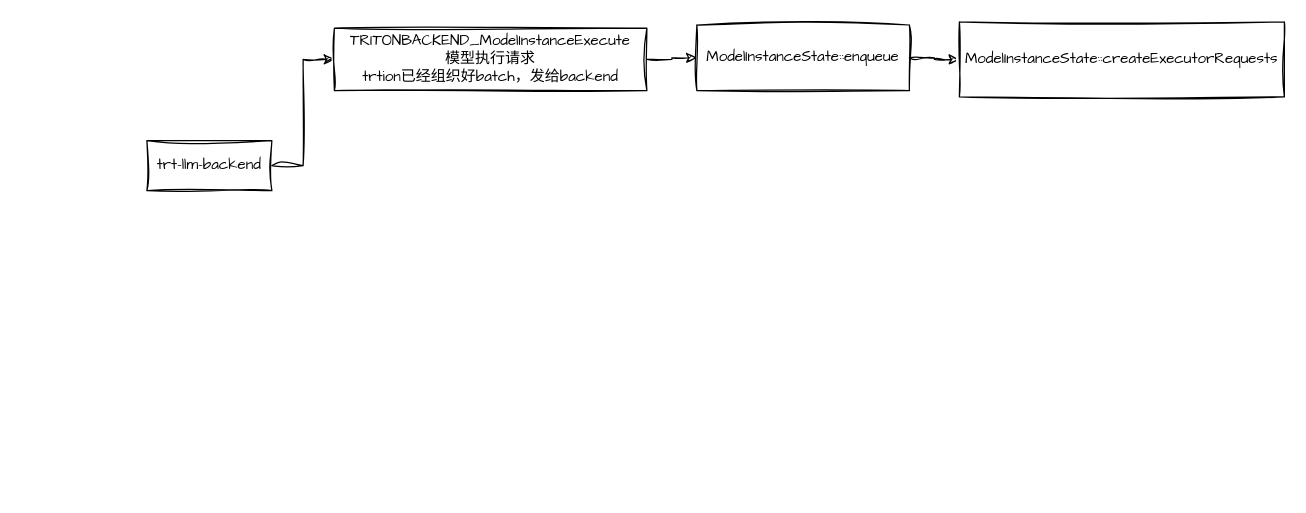
Above: trtion-trtllm.drawio in beijingqiuchang/drawio (draw.io), before the change. Source tidied: cells renumbered, new cells numbered last; positions are measured from the earlier drawing's top-left corner, leaving out a move shared by most shapes. Both pictures are drawn from the tidied source at 125%, with x=0, y=0 at pixel (146, 21).
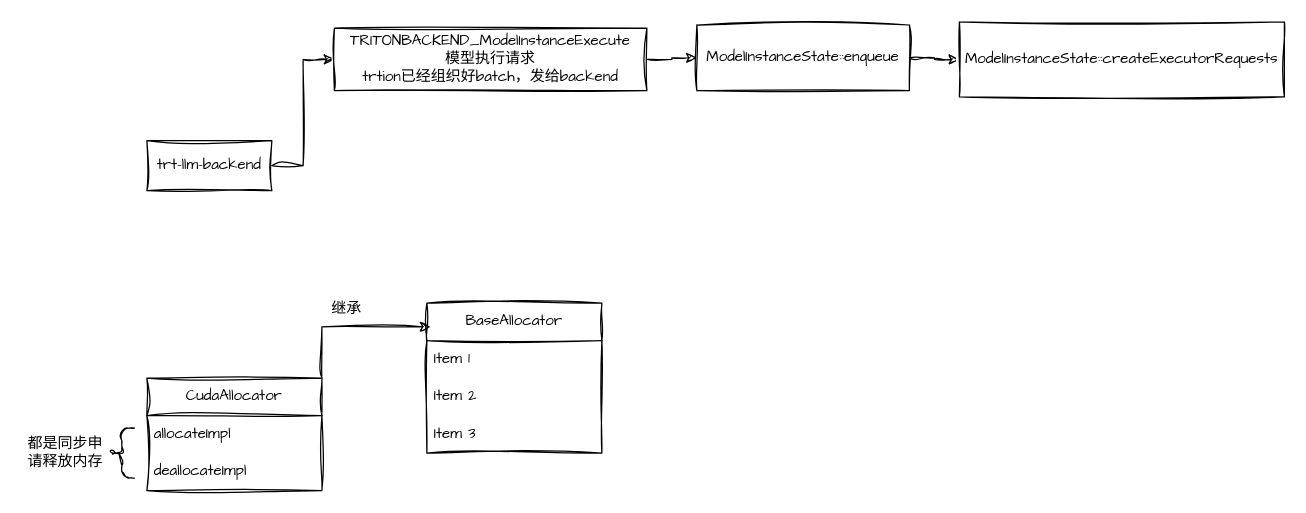
Above is the later version.

The edit, as a diff of the source:
```diff
@@
 <mxGraphModel>
   <root>
     <mxCell id="0" />
     <mxCell id="1" parent="0" />
     <mxCell id="2" style="edgeStyle=orthogonalEdgeStyle;rounded=0;sketch=1;hachureGap=4;jiggle=2;curveFitting=1;jettySize=auto;html=1;exitX=1;exitY=0.5;exitDx=0;exitDy=0;entryX=0;entryY=0.5;entryDx=0;entryDy=0;fontFamily=Architects Daughter;" parent="1" edge="1" source="3" target="5">
       <mxGeometry relative="1" as="geometry" />
     </mxCell>
     <mxCell id="3" value="trt-llm-backend" style="rounded=0;whiteSpace=wrap;html=1;sketch=1;hachureGap=4;jiggle=2;curveFitting=1;fontFamily=Architects Daughter;" parent="1" vertex="1">
       <mxGeometry y="95" width="100" height="40" as="geometry" />
     </mxCell>
     <mxCell id="4" style="edgeStyle=orthogonalEdgeStyle;rounded=0;sketch=1;hachureGap=4;jiggle=2;curveFitting=1;jettySize=auto;html=1;exitX=1;exitY=0.5;exitDx=0;exitDy=0;entryX=0;entryY=0.5;entryDx=0;entryDy=0;fontFamily=Architects Daughter;" parent="1" edge="1" source="5" target="7">
       <mxGeometry relative="1" as="geometry" />
     </mxCell>
     <mxCell id="5" value="&lt;div style=&quot;--en-codeblock:true;--en-meta:{&amp;quot;title&amp;quot;:&amp;quot;&amp;quot;,&amp;quot;lang&amp;quot;:&amp;quot;C++&amp;quot;,&amp;quot;theme&amp;quot;:&amp;quot;default&amp;quot;,&amp;quot;showLine&amp;quot;:true,&amp;quot;lineWrap&amp;quot;:false};--en-code:WyJUUklUT05CQUNLRU5EX01vZGVsSW5zdGFuY2VFeGVjdXRlIl0;&quot;&gt;TRITONBACKEND_ModelInstanceExecute&lt;/div&gt;&lt;div style=&quot;--en-codeblock:true;--en-meta:{&amp;quot;title&amp;quot;:&amp;quot;&amp;quot;,&amp;quot;lang&amp;quot;:&amp;quot;C++&amp;quot;,&amp;quot;theme&amp;quot;:&amp;quot;default&amp;quot;,&amp;quot;showLine&amp;quot;:true,&amp;quot;lineWrap&amp;quot;:false};--en-code:WyJUUklUT05CQUNLRU5EX01vZGVsSW5zdGFuY2VFeGVjdXRlIl0;&quot;&gt;模型执行请求&lt;/div&gt;&lt;div style=&quot;--en-codeblock:true;--en-meta:{&amp;quot;title&amp;quot;:&amp;quot;&amp;quot;,&amp;quot;lang&amp;quot;:&amp;quot;C++&amp;quot;,&amp;quot;theme&amp;quot;:&amp;quot;default&amp;quot;,&amp;quot;showLine&amp;quot;:true,&amp;quot;lineWrap&amp;quot;:false};--en-code:WyJUUklUT05CQUNLRU5EX01vZGVsSW5zdGFuY2VFeGVjdXRlIl0;&quot;&gt;trtion已经组织好batch，发给backend&lt;/div&gt;" style="rounded=0;whiteSpace=wrap;html=1;sketch=1;hachureGap=4;jiggle=2;curveFitting=1;fontFamily=Architects Daughter;" parent="1" vertex="1">
       <mxGeometry x="150" y="5" width="250" height="50" as="geometry" />
     </mxCell>
     <mxCell id="6" style="edgeStyle=orthogonalEdgeStyle;rounded=0;sketch=1;hachureGap=4;jiggle=2;curveFitting=1;jettySize=auto;html=1;exitX=1;exitY=0.5;exitDx=0;exitDy=0;entryX=0;entryY=0.5;entryDx=0;entryDy=0;fontFamily=Architects Daughter;" parent="1" edge="1" source="7" target="8">
       <mxGeometry relative="1" as="geometry" />
     </mxCell>
     <mxCell id="7" value="ModelInstanceState::enqueue" style="rounded=0;whiteSpace=wrap;html=1;sketch=1;hachureGap=4;jiggle=2;curveFitting=1;fontFamily=Architects Daughter;" parent="1" vertex="1">
       <mxGeometry x="440" y="2.5" width="170" height="52.5" as="geometry" />
     </mxCell>
     <mxCell id="8" value="ModelInstanceState::createExecutorRequests" style="rounded=0;whiteSpace=wrap;html=1;sketch=1;hachureGap=4;jiggle=2;curveFitting=1;fontFamily=Architects Daughter;" parent="1" vertex="1">
       <mxGeometry x="650" width="260" height="60" as="geometry" />
     </mxCell>
+    <mxCell id="9" value="CudaAllocator" style="swimlane;fontStyle=0;horizontal=1;startSize=30;whiteSpace=wrap;html=1;sketch=1;hachureGap=4;jiggle=2;curveFitting=1;fontFamily=Architects Daughter;" parent="1" vertex="1">
+      <mxGeometry y="285" width="140" height="90" as="geometry" />
+    </mxCell>
+    <mxCell id="10" value="allocateImpl" style="text;strokeColor=none;fillColor=none;align=left;verticalAlign=middle;spacingLeft=4;spacingRight=4;overflow=hidden;whiteSpace=wrap;html=1;fontFamily=Architects Daughter;" parent="9" vertex="1">
+      <mxGeometry y="30" width="140" height="30" as="geometry" />
+    </mxCell>
+    <mxCell id="11" value="deallocateImpl" style="text;strokeColor=none;fillColor=none;align=left;verticalAlign=middle;spacingLeft=4;spacingRight=4;overflow=hidden;whiteSpace=wrap;html=1;fontFamily=Architects Daughter;" parent="9" vertex="1">
+      <mxGeometry y="60" width="140" height="30" as="geometry" />
+    </mxCell>
+    <mxCell id="12" value="BaseAllocator" style="swimlane;fontStyle=0;horizontal=1;startSize=30;whiteSpace=wrap;html=1;sketch=1;hachureGap=4;jiggle=2;curveFitting=1;fontFamily=Architects Daughter;" parent="1" vertex="1">
+      <mxGeometry x="224" y="225" width="140" height="120" as="geometry" />
+    </mxCell>
+    <mxCell id="13" value="Item 1" style="text;strokeColor=none;fillColor=none;align=left;verticalAlign=middle;spacingLeft=4;spacingRight=4;overflow=hidden;whiteSpace=wrap;html=1;fontFamily=Architects Daughter;" parent="12" vertex="1">
+      <mxGeometry y="30" width="140" height="30" as="geometry" />
+    </mxCell>
+    <mxCell id="14" value="Item 2" style="text;strokeColor=none;fillColor=none;align=left;verticalAlign=middle;spacingLeft=4;spacingRight=4;overflow=hidden;whiteSpace=wrap;html=1;fontFamily=Architects Daughter;" parent="12" vertex="1">
+      <mxGeometry y="60" width="140" height="30" as="geometry" />
+    </mxCell>
+    <mxCell id="15" value="Item 3" style="text;strokeColor=none;fillColor=none;align=left;verticalAlign=middle;spacingLeft=4;spacingRight=4;overflow=hidden;whiteSpace=wrap;html=1;fontFamily=Architects Daughter;" parent="12" vertex="1">
+      <mxGeometry y="90" width="140" height="30" as="geometry" />
+    </mxCell>
+    <mxCell id="16" style="edgeStyle=orthogonalEdgeStyle;rounded=0;sketch=1;hachureGap=4;jiggle=2;curveFitting=1;jettySize=auto;html=1;exitX=1;exitY=0;exitDx=0;exitDy=0;entryX=0.021;entryY=0.158;entryDx=0;entryDy=0;entryPerimeter=0;fontFamily=Architects Daughter;" parent="1" edge="1" source="9" target="12">
+      <mxGeometry relative="1" as="geometry" />
+    </mxCell>
+    <mxCell id="17" value="继承" style="text;html=1;align=center;verticalAlign=middle;whiteSpace=wrap;rounded=0;fontFamily=Architects Daughter;" parent="1" vertex="1">
+      <mxGeometry x="130" y="215" width="60" height="30" as="geometry" />
+    </mxCell>
+    <mxCell id="18" style="shape=curlyBracket;whiteSpace=wrap;html=1;rounded=1;labelPosition=left;verticalLabelPosition=middle;align=right;verticalAlign=middle;sketch=1;hachureGap=4;jiggle=2;curveFitting=1;fontFamily=Architects Daughter;" parent="1" vertex="1">
+      <mxGeometry x="-30" y="325" width="20" height="40" as="geometry" />
+    </mxCell>
+    <mxCell id="19" value="都是同步申请释放内存" style="text;html=1;align=center;verticalAlign=middle;whiteSpace=wrap;rounded=0;fontFamily=Architects Daughter;" parent="1" vertex="1">
+      <mxGeometry x="-100" y="330" width="70" height="30" as="geometry" />
+    </mxCell>
   </root>
 </mxGraphModel>
```
